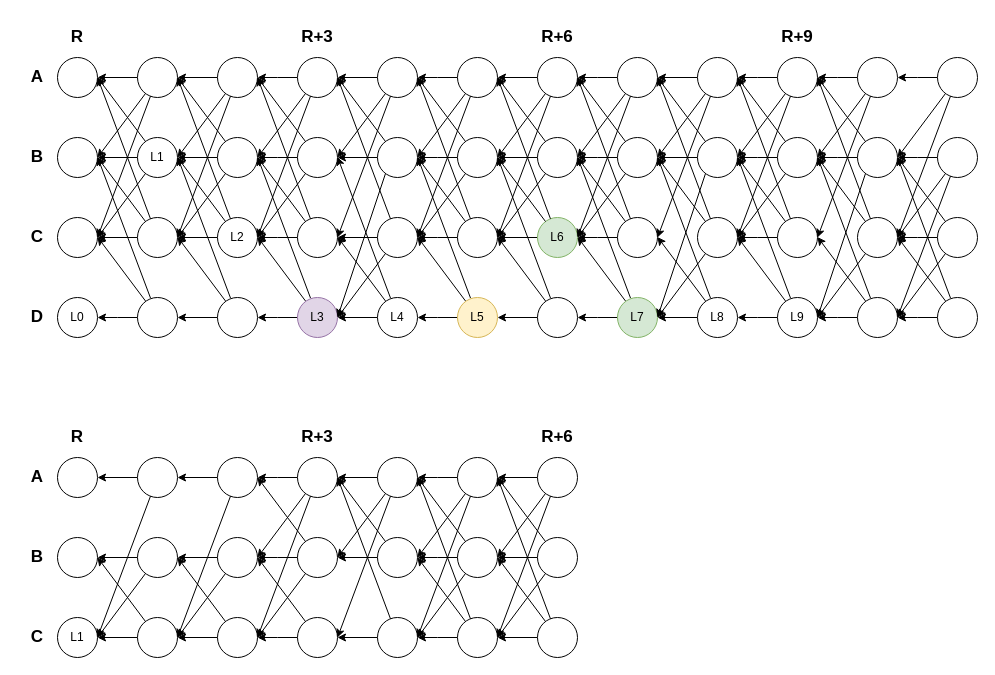
Earlier version of the draw.io diagram Untitled Diagram.drawio (asonnino/various-diagrams). Source tidied: cells renumbered, new cells numbered last; positions are measured from the earlier drawing's top-left corner, leaving out a move shared by most shapes. Both pictures are drawn from the tidied source at 100%, with x=0, y=0 at pixel (17, 17).
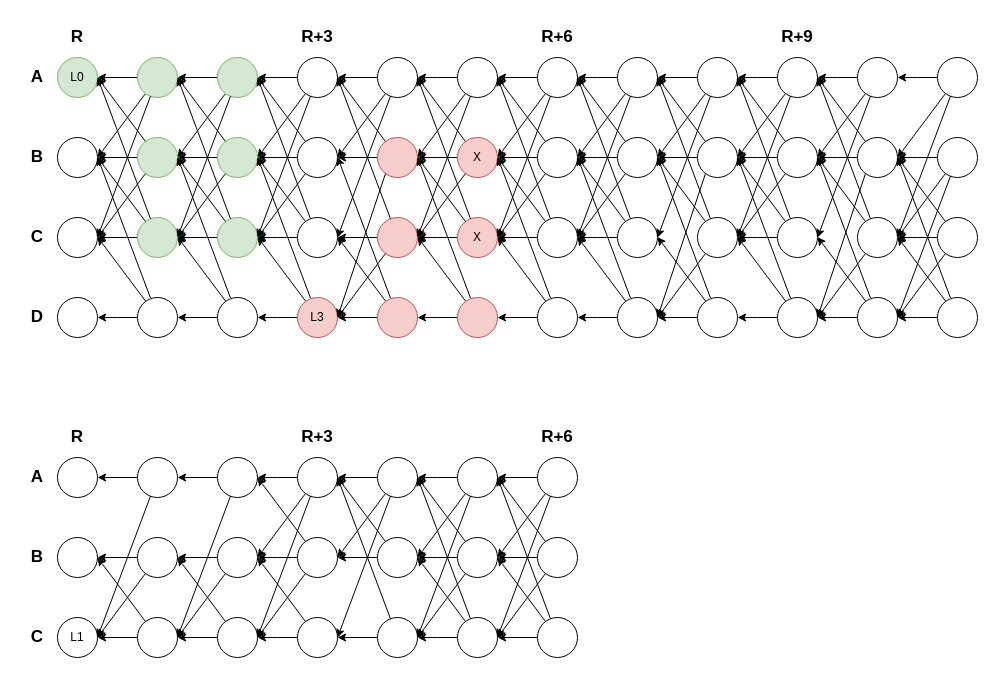
The same diagram, later.

Diff of the diagram source:
```diff
@@
-    <mxCell id="2" style="ellipse;whiteSpace=wrap;html=1;" parent="1" vertex="1">
+    <mxCell id="2" value="L0" style="ellipse;whiteSpace=wrap;html=1;fillColor=#d5e8d4;strokeColor=#82b366;" parent="1" vertex="1">
       <mxGeometry x="40" y="40" width="40" height="40" as="geometry" />
     </mxCell>
@@
-    <mxCell id="8" value="L0" style="ellipse;whiteSpace=wrap;html=1;" parent="1" vertex="1">
+    <mxCell id="8" style="ellipse;whiteSpace=wrap;html=1;" parent="1" vertex="1">
       <mxGeometry x="40" y="280" width="40" height="40" as="geometry" />
     </mxCell>
@@
-    <mxCell id="12" style="ellipse;whiteSpace=wrap;html=1;" parent="1" vertex="1">
+    <mxCell id="12" style="ellipse;whiteSpace=wrap;html=1;fillColor=#d5e8d4;strokeColor=#82b366;" parent="1" vertex="1">
       <mxGeometry x="120" y="40" width="40" height="40" as="geometry" />
     </mxCell>
@@
-    <mxCell id="14" value="L1" style="ellipse;whiteSpace=wrap;html=1;" parent="1" vertex="1">
+    <mxCell id="14" style="ellipse;whiteSpace=wrap;html=1;fillColor=#d5e8d4;strokeColor=#82b366;" parent="1" vertex="1">
       <mxGeometry x="120" y="120" width="40" height="40" as="geometry" />
     </mxCell>
@@
-    <mxCell id="16" style="ellipse;whiteSpace=wrap;html=1;" parent="1" vertex="1">
+    <mxCell id="16" style="ellipse;whiteSpace=wrap;html=1;fillColor=#d5e8d4;strokeColor=#82b366;" parent="1" vertex="1">
       <mxGeometry x="120" y="200" width="40" height="40" as="geometry" />
     </mxCell>
@@
-    <mxCell id="31" style="ellipse;whiteSpace=wrap;html=1;" parent="1" vertex="1">
+    <mxCell id="31" style="ellipse;whiteSpace=wrap;html=1;fillColor=#d5e8d4;strokeColor=#82b366;" parent="1" vertex="1">
       <mxGeometry x="200" y="40" width="40" height="40" as="geometry" />
     </mxCell>
@@
-    <mxCell id="33" style="ellipse;whiteSpace=wrap;html=1;" parent="1" vertex="1">
+    <mxCell id="33" style="ellipse;whiteSpace=wrap;html=1;fillColor=#d5e8d4;strokeColor=#82b366;" parent="1" vertex="1">
       <mxGeometry x="200" y="120" width="40" height="40" as="geometry" />
     </mxCell>
@@
-    <mxCell id="35" value="L2" style="ellipse;whiteSpace=wrap;html=1;" parent="1" vertex="1">
+    <mxCell id="35" style="ellipse;whiteSpace=wrap;html=1;fillColor=#d5e8d4;strokeColor=#82b366;" parent="1" vertex="1">
       <mxGeometry x="200" y="200" width="40" height="40" as="geometry" />
     </mxCell>
@@
-    <mxCell id="53" value="L3" style="ellipse;whiteSpace=wrap;html=1;fillColor=#e1d5e7;strokeColor=#9673a6;" parent="1" vertex="1">
+    <mxCell id="53" value="L3" style="ellipse;whiteSpace=wrap;html=1;fillColor=#f8cecc;strokeColor=#b85450;" parent="1" vertex="1">
       <mxGeometry x="280" y="280" width="40" height="40" as="geometry" />
     </mxCell>
@@
-    <mxCell id="65" style="ellipse;whiteSpace=wrap;html=1;" parent="1" vertex="1">
+    <mxCell id="65" style="ellipse;whiteSpace=wrap;html=1;fillColor=#f8cecc;strokeColor=#b85450;" parent="1" vertex="1">
       <mxGeometry x="360" y="120" width="40" height="40" as="geometry" />
     </mxCell>
@@
-    <mxCell id="67" style="ellipse;whiteSpace=wrap;html=1;" parent="1" vertex="1">
+    <mxCell id="67" style="ellipse;whiteSpace=wrap;html=1;fillColor=#f8cecc;strokeColor=#b85450;" parent="1" vertex="1">
       <mxGeometry x="360" y="200" width="40" height="40" as="geometry" />
     </mxCell>
@@
-    <mxCell id="69" value="L4" style="ellipse;whiteSpace=wrap;html=1;" parent="1" vertex="1">
+    <mxCell id="69" style="ellipse;whiteSpace=wrap;html=1;fillColor=#f8cecc;strokeColor=#b85450;" parent="1" vertex="1">
       <mxGeometry x="360" y="280" width="40" height="40" as="geometry" />
     </mxCell>
@@
-    <mxCell id="81" style="ellipse;whiteSpace=wrap;html=1;" parent="1" vertex="1">
+    <mxCell id="81" value="X" style="ellipse;whiteSpace=wrap;html=1;fillColor=#f8cecc;strokeColor=#b85450;" parent="1" vertex="1">
       <mxGeometry x="440" y="120" width="40" height="40" as="geometry" />
     </mxCell>
@@
-    <mxCell id="83" style="ellipse;whiteSpace=wrap;html=1;" parent="1" vertex="1">
+    <mxCell id="83" value="X" style="ellipse;whiteSpace=wrap;html=1;fillColor=#f8cecc;strokeColor=#b85450;" parent="1" vertex="1">
       <mxGeometry x="440" y="200" width="40" height="40" as="geometry" />
     </mxCell>
@@
-    <mxCell id="85" value="L5" style="ellipse;whiteSpace=wrap;html=1;fillColor=#fff2cc;strokeColor=#d6b656;" parent="1" vertex="1">
+    <mxCell id="85" style="ellipse;whiteSpace=wrap;html=1;fillColor=#f8cecc;strokeColor=#b85450;" parent="1" vertex="1">
       <mxGeometry x="440" y="280" width="40" height="40" as="geometry" />
     </mxCell>
@@
-    <mxCell id="99" value="L6" style="ellipse;whiteSpace=wrap;html=1;fillColor=#d5e8d4;strokeColor=#82b366;" parent="1" vertex="1">
+    <mxCell id="99" style="ellipse;whiteSpace=wrap;html=1;" parent="1" vertex="1">
       <mxGeometry x="520" y="200" width="40" height="40" as="geometry" />
     </mxCell>
@@
-    <mxCell id="117" value="L7" style="ellipse;whiteSpace=wrap;html=1;fillColor=#d5e8d4;strokeColor=#82b366;" parent="1" vertex="1">
+    <mxCell id="117" style="ellipse;whiteSpace=wrap;html=1;" parent="1" vertex="1">
       <mxGeometry x="600" y="280" width="40" height="40" as="geometry" />
     </mxCell>
@@
-    <mxCell id="133" value="L8" style="ellipse;whiteSpace=wrap;html=1;" parent="1" vertex="1">
+    <mxCell id="133" style="ellipse;whiteSpace=wrap;html=1;" parent="1" vertex="1">
       <mxGeometry x="680" y="280" width="40" height="40" as="geometry" />
     </mxCell>
@@
-    <mxCell id="149" value="L9" style="ellipse;whiteSpace=wrap;html=1;" parent="1" vertex="1">
+    <mxCell id="149" style="ellipse;whiteSpace=wrap;html=1;" parent="1" vertex="1">
       <mxGeometry x="760" y="280" width="40" height="40" as="geometry" />
     </mxCell>
```
